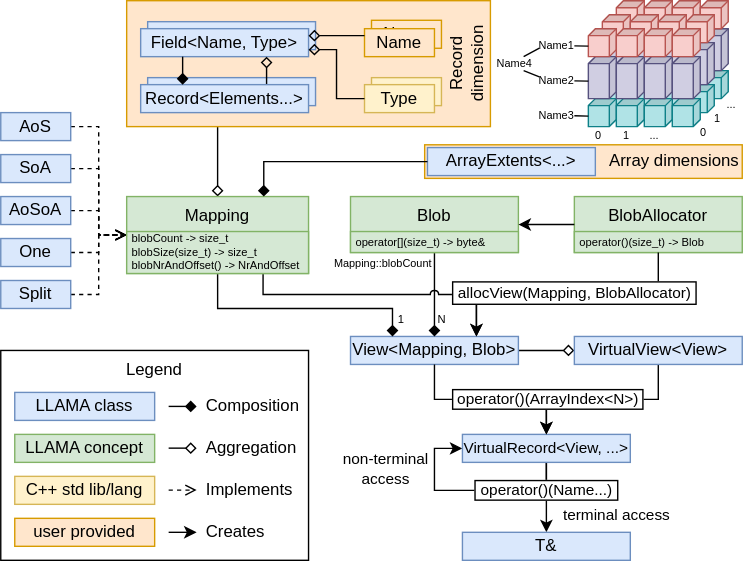
This is docs/images/overview.svg from alpaka-group/llama, a draw.io export, as it was before one commit. Source tidied: cells renumbered, new cells last; positions are measured from the earlier drawing's top-left corner, leaving out a move shared by most shapes.
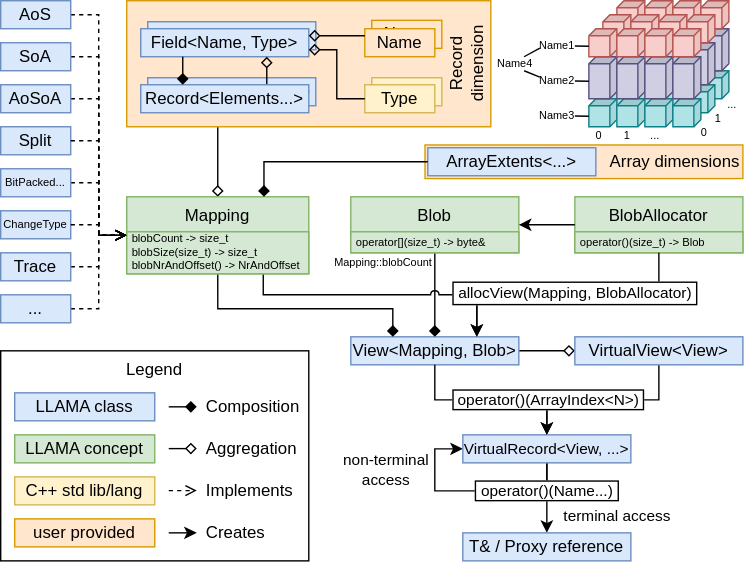
Later version of the same file.

Commit message:
Include new mappings in overview.svg

Change to the diagram source:
```diff
@@ -47,7 +47,7 @@
     <mxCell id="12" value="VirtualView&amp;lt;View&amp;gt;" style="rounded=0;whiteSpace=wrap;html=1;fillColor=#dae8fc;strokeColor=#6c8ebf;" parent="1" vertex="1">
       <mxGeometry x="410" y="240" width="120" height="20" as="geometry" />
     </mxCell>
-    <mxCell id="13" value="T&amp;amp;" style="rounded=0;whiteSpace=wrap;html=1;fillColor=#dae8fc;strokeColor=#6c8ebf;" parent="1" vertex="1">
+    <mxCell id="13" value="T&amp;amp; / Proxy reference" style="rounded=0;whiteSpace=wrap;html=1;fillColor=#dae8fc;strokeColor=#6c8ebf;" parent="1" vertex="1">
       <mxGeometry x="330" y="380" width="120" height="20" as="geometry" />
     </mxCell>
     <mxCell id="14" style="edgeStyle=orthogonalEdgeStyle;rounded=0;jettySize=auto;html=1;" parent="1" edge="1" source="6" target="10">
@@ -66,11 +66,6 @@
         </Array>
       </mxGeometry>
     </mxCell>
-    <mxCell id="17" value="1" style="edgeLabel;html=1;align=center;verticalAlign=middle;fontSize=8;" parent="16" vertex="1">
-      <mxGeometry x="0.93" relative="1" as="geometry">
-        <mxPoint x="6" y="-6" as="offset" />
-      </mxGeometry>
-    </mxCell>
     <mxCell id="18" style="edgeStyle=orthogonalEdgeStyle;rounded=0;jettySize=auto;html=1;endArrow=diamond;endFill=1;" parent="1" edge="1" source="33" target="6">
       <mxGeometry relative="1" as="geometry" />
     </mxCell>
@@ -79,11 +74,6 @@
         <mxPoint x="-38" y="-0.8" as="offset" />
       </mxGeometry>
     </mxCell>
-    <mxCell id="20" value="N" style="edgeLabel;html=1;align=center;verticalAlign=middle;fontSize=8;" parent="18" vertex="1">
-      <mxGeometry x="0.74" relative="1" as="geometry">
-        <mxPoint x="5" y="-4" as="offset" />
-      </mxGeometry>
-    </mxCell>
     <mxCell id="21" style="edgeStyle=orthogonalEdgeStyle;rounded=0;jumpStyle=arc;jettySize=auto;html=1;exitX=0.75;exitY=1;exitDx=0;exitDy=0;entryX=0.75;entryY=0;entryDx=0;entryDy=0;" parent="1" edge="1" source="45" target="6">
       <mxGeometry relative="1" as="geometry">
         <Array as="points">
@@ -95,47 +85,57 @@
     <mxCell id="22" style="edgeStyle=orthogonalEdgeStyle;rounded=0;jumpStyle=arc;jettySize=auto;html=1;dashed=1;startArrow=none;startFill=0;endArrow=open;endFill=0;fontSize=7.8;entryX=0;entryY=0.5;entryDx=0;entryDy=0;" parent="1" edge="1" source="23" target="45">
       <mxGeometry relative="1" as="geometry">
         <Array as="points">
-          <mxPoint x="70" y="90" />
+          <mxPoint x="70" y="10" />
           <mxPoint x="70" y="168" />
         </Array>
       </mxGeometry>
     </mxCell>
     <mxCell id="23" value="AoS" style="rounded=0;whiteSpace=wrap;html=1;fillColor=#dae8fc;strokeColor=#6c8ebf;" parent="1" vertex="1">
-      <mxGeometry y="80" width="50" height="20" as="geometry" />
+      <mxGeometry width="50" height="20" as="geometry" />
     </mxCell>
     <mxCell id="24" style="edgeStyle=orthogonalEdgeStyle;rounded=0;jumpStyle=arc;jettySize=auto;html=1;dashed=1;startArrow=none;startFill=0;endArrow=open;endFill=0;fontSize=7.8;entryX=0;entryY=0.5;entryDx=0;entryDy=0;" parent="1" edge="1" source="25" target="45">
       <mxGeometry relative="1" as="geometry">
         <Array as="points">
-          <mxPoint x="70" y="120" />
+          <mxPoint x="70" y="40" />
           <mxPoint x="70" y="168" />
         </Array>
       </mxGeometry>
     </mxCell>
     <mxCell id="25" value="SoA" style="rounded=0;whiteSpace=wrap;html=1;fillColor=#dae8fc;strokeColor=#6c8ebf;" parent="1" vertex="1">
-      <mxGeometry y="110" width="50" height="20" as="geometry" />
+      <mxGeometry y="30" width="50" height="20" as="geometry" />
     </mxCell>
-    <mxCell id="26" style="edgeStyle=orthogonalEdgeStyle;rounded=0;jumpStyle=arc;jettySize=auto;html=1;dashed=1;startArrow=none;startFill=0;endArrow=open;endFill=0;fontSize=7.8;" parent="1" edge="1" source="27" target="45">
-      <mxGeometry relative="1" as="geometry" />
+    <mxCell id="26" style="edgeStyle=orthogonalEdgeStyle;rounded=0;jumpStyle=arc;jettySize=auto;html=1;dashed=1;startArrow=none;startFill=0;endArrow=open;endFill=0;fontSize=7.8;entryX=0;entryY=0.5;entryDx=0;entryDy=0;" parent="1" edge="1" source="27" target="45">
+      <mxGeometry relative="1" as="geometry">
+        <Array as="points">
+          <mxPoint x="70" y="70" />
+          <mxPoint x="70" y="168" />
+        </Array>
+      </mxGeometry>
     </mxCell>
     <mxCell id="27" value="AoSoA" style="rounded=0;whiteSpace=wrap;html=1;fillColor=#dae8fc;strokeColor=#6c8ebf;" parent="1" vertex="1">
-      <mxGeometry y="140" width="50" height="20" as="geometry" />
+      <mxGeometry y="60" width="50" height="20" as="geometry" />
     </mxCell>
-    <mxCell id="28" style="edgeStyle=orthogonalEdgeStyle;rounded=0;jumpStyle=arc;jettySize=auto;html=1;dashed=1;startArrow=none;startFill=0;endArrow=open;endFill=0;fontSize=7.8;" parent="1" edge="1" source="29" target="45">
-      <mxGeometry relative="1" as="geometry" />
+    <mxCell id="28" style="edgeStyle=orthogonalEdgeStyle;rounded=0;jumpStyle=arc;jettySize=auto;html=1;dashed=1;startArrow=none;startFill=0;endArrow=open;endFill=0;fontSize=7.8;entryX=0;entryY=0.5;entryDx=0;entryDy=0;" parent="1" edge="1" source="29" target="45">
+      <mxGeometry relative="1" as="geometry">
+        <Array as="points">
+          <mxPoint x="70" y="220" />
+          <mxPoint x="70" y="168" />
+        </Array>
+      </mxGeometry>
     </mxCell>
-    <mxCell id="29" value="One" style="rounded=0;whiteSpace=wrap;html=1;fillColor=#dae8fc;strokeColor=#6c8ebf;" parent="1" vertex="1">
-      <mxGeometry y="170" width="50" height="20" as="geometry" />
+    <mxCell id="29" value="..." style="rounded=0;whiteSpace=wrap;html=1;fillColor=#dae8fc;strokeColor=#6c8ebf;" parent="1" vertex="1">
+      <mxGeometry y="210" width="50" height="20" as="geometry" />
     </mxCell>
-    <mxCell id="30" style="edgeStyle=orthogonalEdgeStyle;rounded=0;jumpStyle=arc;jettySize=auto;html=1;dashed=1;startArrow=none;startFill=0;endArrow=open;endFill=0;fontSize=7.8;entryX=0;entryY=0.5;entryDx=0;entryDy=0;" parent="1" edge="1" source="31" target="45">
+    <mxCell id="30" style="edgeStyle=orthogonalEdgeStyle;rounded=0;jumpStyle=arc;jettySize=auto;html=1;dashed=1;startArrow=none;startFill=0;endArrow=open;endFill=0;fontSize=7.8;entryX=0;entryY=0.5;entryDx=0;entryDy=0;" parent="1" edge="1" source="124" target="45">
       <mxGeometry relative="1" as="geometry">
         <Array as="points">
-          <mxPoint x="70" y="210" />
+          <mxPoint x="70" y="130" />
           <mxPoint x="70" y="168" />
         </Array>
       </mxGeometry>
     </mxCell>
     <mxCell id="31" value="Split" style="rounded=0;whiteSpace=wrap;html=1;fillColor=#dae8fc;strokeColor=#6c8ebf;" parent="1" vertex="1">
-      <mxGeometry y="200" width="50" height="20" as="geometry" />
+      <mxGeometry y="90" width="50" height="20" as="geometry" />
     </mxCell>
     <mxCell id="32" style="group;" parent="1" vertex="1">
       <mxGeometry x="250" y="140" width="120" height="40" as="geometry" />
@@ -439,5 +439,39 @@
     <mxCell id="122" value="Implements" style="text;html=1;strokeColor=none;fillColor=none;align=left;verticalAlign=middle;whiteSpace=wrap;rounded=0;" parent="1" vertex="1">
       <mxGeometry x="145" y="340" width="70" height="20" as="geometry" />
     </mxCell>
+    <mxCell id="123" value="ChangeType" style="rounded=0;whiteSpace=wrap;html=1;fillColor=#dae8fc;strokeColor=#6c8ebf;fontSize=8;" parent="1" vertex="1">
+      <mxGeometry y="150" width="50" height="20" as="geometry" />
+    </mxCell>
+    <mxCell id="124" value="BitPacked..." style="rounded=0;whiteSpace=wrap;html=1;fillColor=#dae8fc;strokeColor=#6c8ebf;fontSize=8;" parent="1" vertex="1">
+      <mxGeometry y="120" width="50" height="20" as="geometry" />
+    </mxCell>
+    <mxCell id="125" style="edgeStyle=orthogonalEdgeStyle;rounded=0;jumpStyle=arc;jettySize=auto;html=1;dashed=1;startArrow=none;startFill=0;endArrow=open;endFill=0;fontSize=7.8;entryX=0;entryY=0.5;entryDx=0;entryDy=0;exitX=1;exitY=0.5;exitDx=0;exitDy=0;" parent="1" edge="1" source="126" target="45">
+      <mxGeometry relative="1" as="geometry">
+        <Array as="points">
+          <mxPoint x="50" y="190" />
+          <mxPoint x="70" y="190" />
+          <mxPoint x="70" y="167" />
+        </Array>
+      </mxGeometry>
+    </mxCell>
+    <mxCell id="126" value="Trace" style="rounded=0;whiteSpace=wrap;html=1;fillColor=#dae8fc;strokeColor=#6c8ebf;" parent="1" vertex="1">
+      <mxGeometry y="180" width="50" height="20" as="geometry" />
+    </mxCell>
+    <mxCell id="127" style="edgeStyle=orthogonalEdgeStyle;rounded=0;jumpStyle=arc;jettySize=auto;html=1;dashed=1;startArrow=none;startFill=0;endArrow=open;endFill=0;fontSize=7.8;exitX=1;exitY=0.5;exitDx=0;exitDy=0;entryX=0;entryY=0.5;entryDx=0;entryDy=0;" parent="1" edge="1" source="123" target="45">
+      <mxGeometry relative="1" as="geometry">
+        <Array as="points">
+          <mxPoint x="70" y="160" />
+          <mxPoint x="70" y="168" />
+        </Array>
+      </mxGeometry>
+    </mxCell>
+    <mxCell id="128" style="edgeStyle=orthogonalEdgeStyle;rounded=0;jumpStyle=arc;jettySize=auto;html=1;dashed=1;startArrow=none;startFill=0;endArrow=open;endFill=0;fontSize=7.8;entryX=0;entryY=0.5;entryDx=0;entryDy=0;exitX=1;exitY=0.5;exitDx=0;exitDy=0;" parent="1" edge="1" source="31" target="45">
+      <mxGeometry relative="1" as="geometry">
+        <Array as="points">
+          <mxPoint x="70" y="100" />
+          <mxPoint x="70" y="168" />
+        </Array>
+      </mxGeometry>
+    </mxCell>
   </root>
 </mxGraphModel>
```
